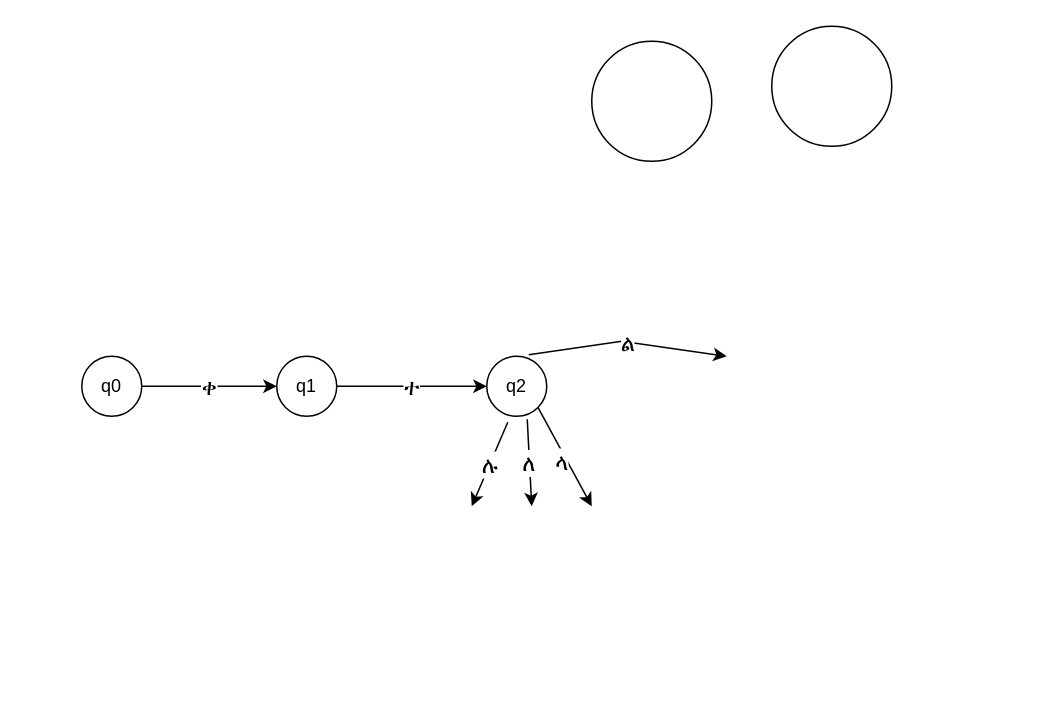
Earlier version of the draw.io diagram flat.drawio (Eden344/project-work). Source tidied: cells renumbered, new cells numbered last; positions are measured from the earlier drawing's top-left corner, leaving out a move shared by most shapes. Both pictures are drawn from the tidied source at 150%, with x=0, y=0 at pixel (81, 26).
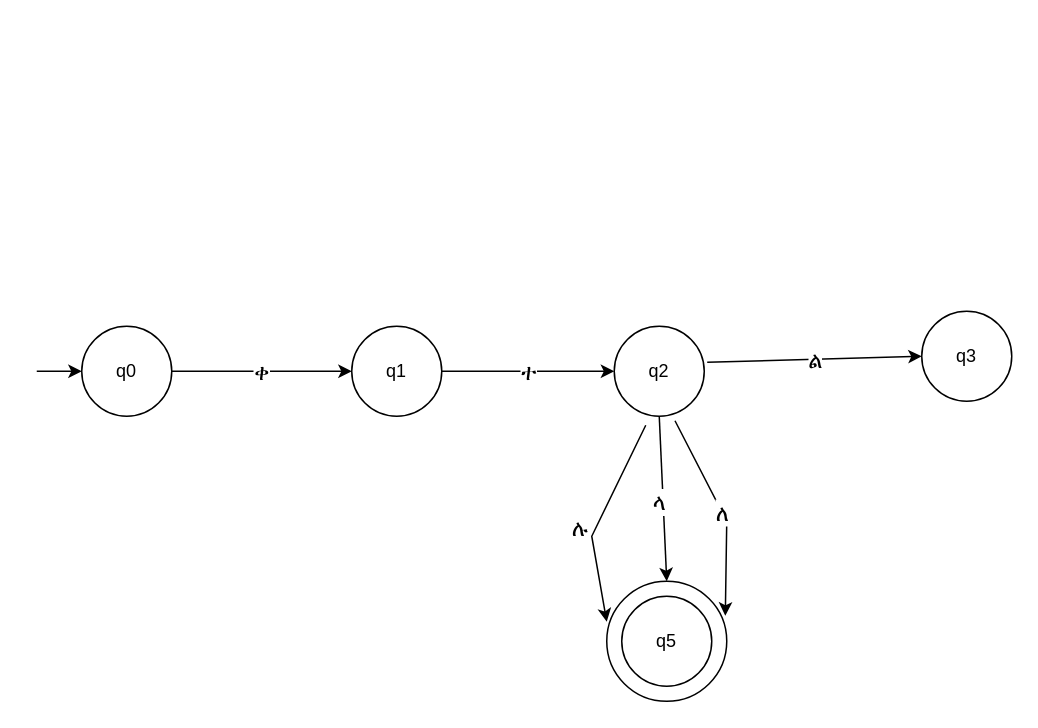
The same page after the edit.

Change to the diagram source:
```diff
@@
 <mxGraphModel>
   <root>
     <mxCell id="0" />
     <mxCell id="1" parent="0" />
     <mxCell id="2" value="q0" style="ellipse;whiteSpace=wrap;html=1;" parent="1" vertex="1">
-      <mxGeometry y="220" width="40" height="40" as="geometry" />
+      <mxGeometry y="200" width="60" height="60" as="geometry" />
     </mxCell>
     <mxCell id="3" value="ቀ" style="endArrow=classic;html=1;rounded=0;exitX=1;exitY=0.5;exitDx=0;exitDy=0;fontSize=15;" parent="1" edge="1" source="2" target="7">
       <mxGeometry relative="1" as="geometry" />
     </mxCell>
     <mxCell id="4" style="ellipse;whiteSpace=wrap;html=1;" parent="1" vertex="1">
-      <mxGeometry x="340" y="10" width="80" height="80" as="geometry" />
+      <mxGeometry x="350" y="370" width="80" height="80" as="geometry" />
     </mxCell>
-    <mxCell id="5" style="ellipse;whiteSpace=wrap;html=1;" parent="1" vertex="1">
-      <mxGeometry x="460" width="80" height="80" as="geometry" />
+    <mxCell id="5" value="q5" style="ellipse;whiteSpace=wrap;html=1;" parent="1" vertex="1">
+      <mxGeometry x="360" y="380" width="60" height="60" as="geometry" />
     </mxCell>
     <mxCell id="6" value="q2" style="ellipse;whiteSpace=wrap;html=1;" parent="1" vertex="1">
-      <mxGeometry x="270" y="220" width="40" height="40" as="geometry" />
+      <mxGeometry x="355" y="200" width="60" height="60" as="geometry" />
     </mxCell>
     <mxCell id="7" value="q1" style="ellipse;whiteSpace=wrap;html=1;" parent="1" vertex="1">
-      <mxGeometry x="130" y="220" width="40" height="40" as="geometry" />
+      <mxGeometry x="180" y="200" width="60" height="60" as="geometry" />
     </mxCell>
     <mxCell id="8" value="ተ" style="endArrow=classic;html=1;rounded=0;exitX=1;exitY=0.5;exitDx=0;exitDy=0;fontSize=15;entryX=0;entryY=0.5;entryDx=0;entryDy=0;" parent="1" edge="1" source="7" target="6">
       <mxGeometry relative="1" as="geometry" />
     </mxCell>
-    <mxCell id="9" value="ል" style="endArrow=classic;html=1;rounded=0;exitX=0.7;exitY=-0.025;exitDx=0;exitDy=0;exitPerimeter=0;fontSize=15;" parent="1" edge="1" source="6">
-      <mxGeometry relative="1" as="geometry">
-        <mxPoint x="430" y="220" as="targetPoint" />
-        <Array as="points">
-          <mxPoint x="360" y="210" />
-        </Array>
-      </mxGeometry>
+    <mxCell id="9" value="ል" style="endArrow=classic;html=1;rounded=0;exitX=1.033;exitY=0.4;exitDx=0;exitDy=0;exitPerimeter=0;fontSize=15;entryX=0;entryY=0.5;entryDx=0;entryDy=0;" parent="1" edge="1" source="6" target="14">
+      <mxGeometry relative="1" as="geometry" />
     </mxCell>
-    <mxCell id="10" value="ላ" style="endArrow=classic;html=1;rounded=0;exitX=1;exitY=1;exitDx=0;exitDy=0;fontSize=15;" parent="1" edge="1" source="6">
-      <mxGeometry x="0.04" y="-3" relative="1" as="geometry">
-        <mxPoint x="340" y="320" as="targetPoint" />
-      </mxGeometry>
+    <mxCell id="10" value="ላ" style="endArrow=classic;html=1;rounded=0;fontSize=15;entryX=0.5;entryY=0;entryDx=0;entryDy=0;exitX=0.5;exitY=1;exitDx=0;exitDy=0;" parent="1" edge="1" source="6" target="4">
+      <mxGeometry x="0.04" y="-3" relative="1" as="geometry" />
     </mxCell>
-    <mxCell id="11" value="ለ" style="endArrow=classic;html=1;rounded=0;exitX=0.675;exitY=1.05;exitDx=0;exitDy=0;exitPerimeter=0;fontSize=15;" parent="1" edge="1" source="6">
+    <mxCell id="11" value="ለ" style="endArrow=classic;html=1;rounded=0;exitX=0.675;exitY=1.05;exitDx=0;exitDy=0;exitPerimeter=0;fontSize=15;entryX=0.988;entryY=0.288;entryDx=0;entryDy=0;entryPerimeter=0;" parent="1" edge="1" source="6" target="4">
       <mxGeometry relative="1" as="geometry">
-        <mxPoint x="300" y="320" as="targetPoint" />
+        <Array as="points">
+          <mxPoint x="430" y="330" />
+        </Array>
       </mxGeometry>
     </mxCell>
-    <mxCell id="12" value="ሉ" style="endArrow=classic;html=1;rounded=0;exitX=0.35;exitY=1.1;exitDx=0;exitDy=0;exitPerimeter=0;fontSize=15;" parent="1" edge="1" source="6">
-      <mxGeometry relative="1" as="geometry">
-        <mxPoint x="260" y="320" as="targetPoint" />
+    <mxCell id="12" value="ሉ" style="endArrow=classic;html=1;rounded=0;exitX=0.35;exitY=1.1;exitDx=0;exitDy=0;exitPerimeter=0;fontSize=15;entryX=0;entryY=0.338;entryDx=0;entryDy=0;entryPerimeter=0;" parent="1" edge="1" source="6" target="4">
+      <mxGeometry x="0.14" y="-10" relative="1" as="geometry">
+        <Array as="points">
+          <mxPoint x="340" y="340" />
+        </Array>
       </mxGeometry>
     </mxCell>
+    <mxCell id="13" style="endArrow=classic;html=1;rounded=0;entryX=0;entryY=0.5;entryDx=0;entryDy=0;" parent="1" edge="1" target="2">
+      <mxGeometry relative="1" as="geometry">
+        <mxPoint x="-30" y="230" as="sourcePoint" />
+      </mxGeometry>
+    </mxCell>
+    <mxCell id="14" value="q3" style="ellipse;whiteSpace=wrap;html=1;" parent="1" vertex="1">
+      <mxGeometry x="560" y="190" width="60" height="60" as="geometry" />
+    </mxCell>
   </root>
 </mxGraphModel>
```
